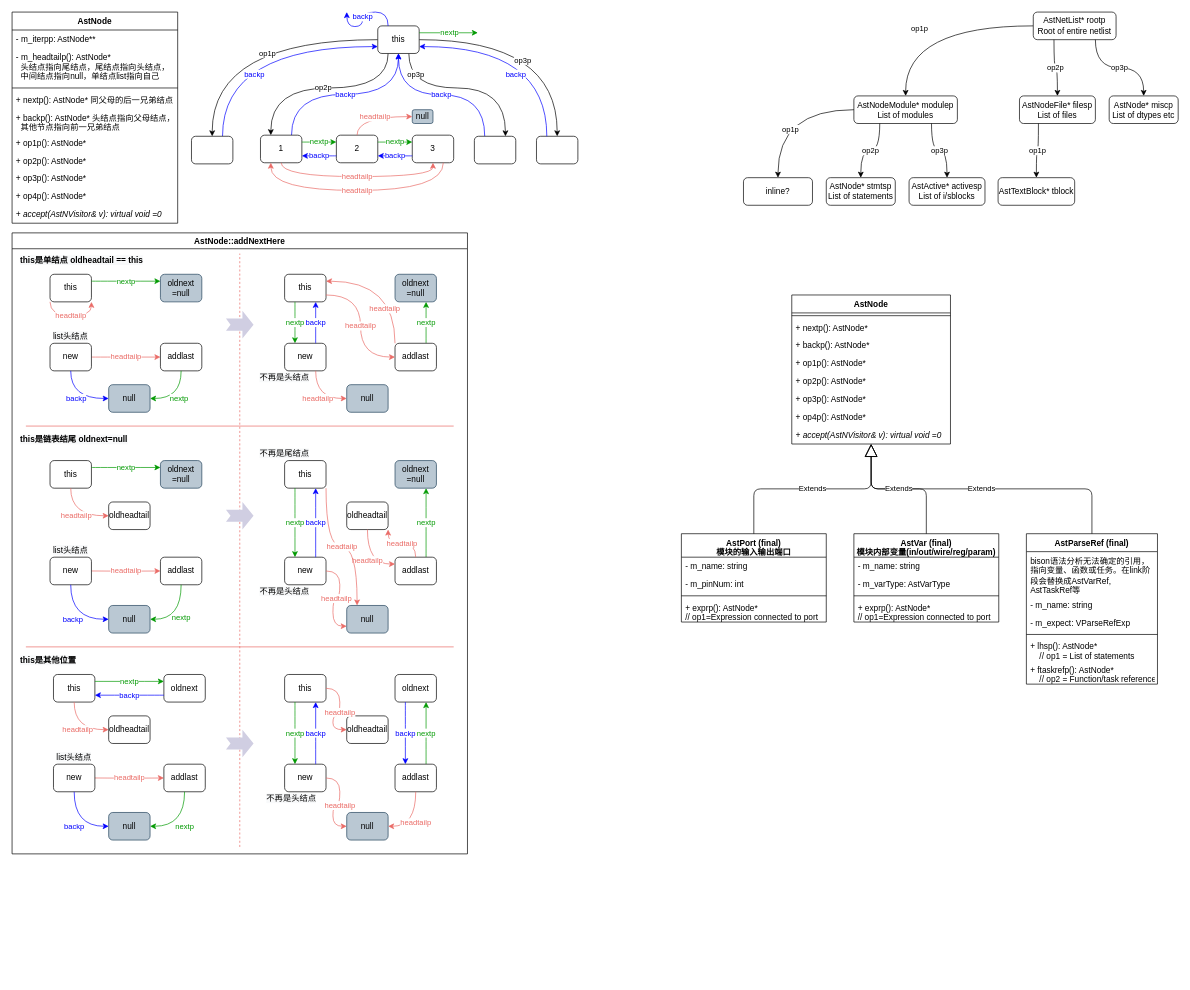
Above: verilator_digrams/V3AstNode.drawio in Dercury/CLDK (draw.io), before the change. Source tidied: cells renumbered, new cells numbered last; positions are measured from the earlier drawing's top-left corner, leaving out a move shared by most shapes. Both pictures are drawn from the tidied source at 69%, with x=0, y=0 at pixel (12, 12).
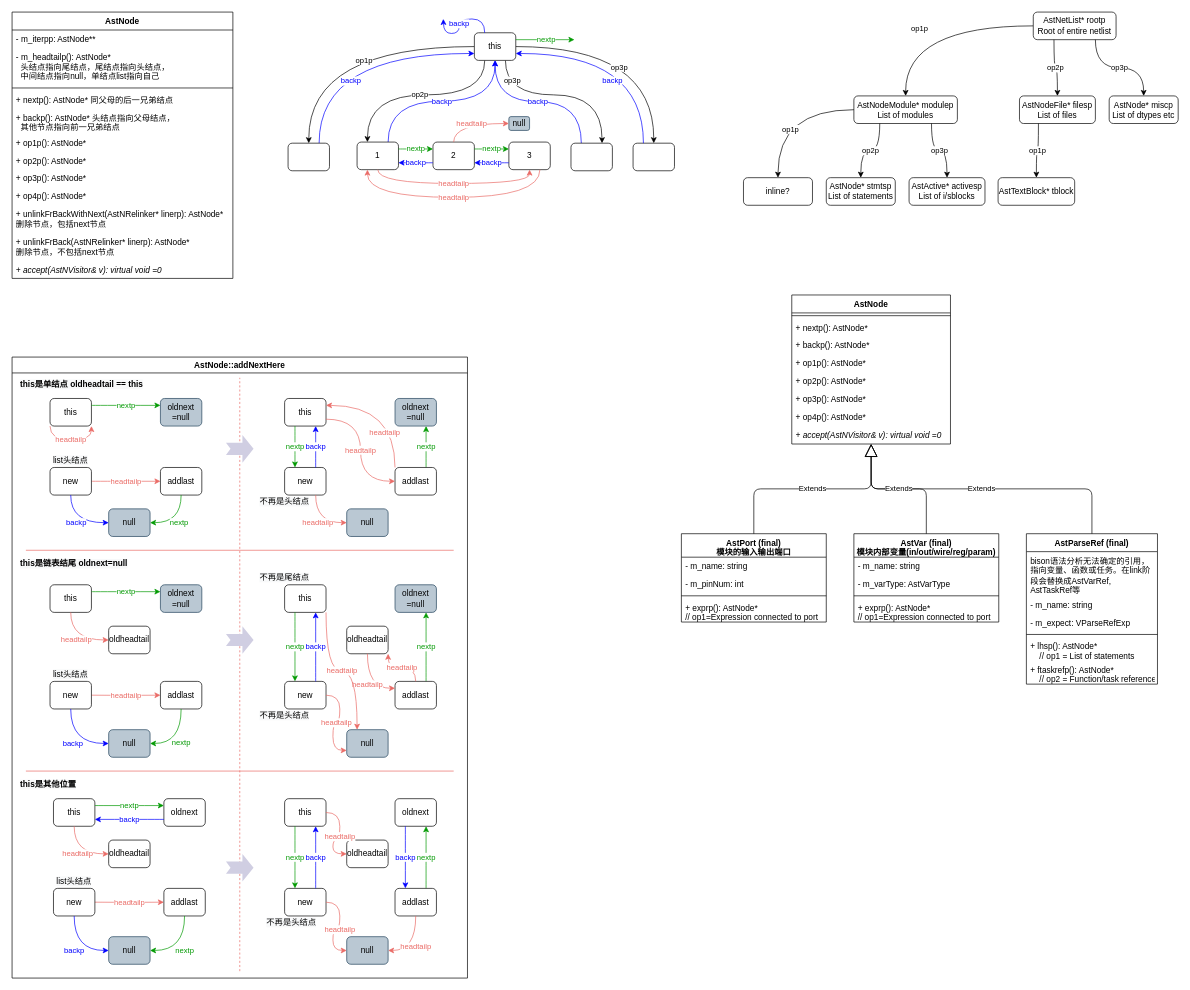
The same diagram, later.

What changed in the source:
```diff
@@
     <mxCell id="2" value="AstNode" style="swimlane;fontStyle=1;align=center;verticalAlign=top;horizontal=1;startSize=26;" parent="1" vertex="1">
-      <mxGeometry width="240" height="306" as="geometry" />
+      <mxGeometry width="320" height="386" as="geometry" />
     </mxCell>
     <mxCell id="3" value="- m_iterpp: AstNode**" style="text;strokeColor=none;fillColor=none;align=left;verticalAlign=top;spacingLeft=4;spacingRight=4;overflow=hidden;" parent="2" vertex="1">
-      <mxGeometry y="26" width="240" height="26" as="geometry" />
+      <mxGeometry y="26" width="320" height="26" as="geometry" />
     </mxCell>
     <mxCell id="4" value="- m_headtailp(): AstNode*&#10;  头结点指向尾结点，尾结点指向头结点，&#10;  中间结点指向null，单结点list指向自己" style="text;strokeColor=none;fillColor=none;align=left;verticalAlign=top;spacingLeft=4;spacingRight=4;overflow=hidden;" parent="2" vertex="1">
-      <mxGeometry y="52" width="240" height="54" as="geometry" />
+      <mxGeometry y="52" width="320" height="54" as="geometry" />
     </mxCell>
     <mxCell id="5" style="line;strokeWidth=1;fillColor=none;align=left;verticalAlign=middle;spacingTop=-1;spacingLeft=3;spacingRight=3;labelPosition=right;" parent="2" vertex="1">
-      <mxGeometry y="106" width="240" height="8" as="geometry" />
+      <mxGeometry y="106" width="320" height="8" as="geometry" />
     </mxCell>
     <mxCell id="6" value="+ nextp(): AstNode* 同父母的后一兄弟结点" style="text;strokeColor=none;fillColor=none;align=left;verticalAlign=top;spacingLeft=4;spacingRight=4;overflow=hidden;" parent="2" vertex="1">
-      <mxGeometry y="114" width="240" height="26" as="geometry" />
+      <mxGeometry y="114" width="320" height="26" as="geometry" />
     </mxCell>
     <mxCell id="7" value="+ backp(): AstNode* 头结点指向父母结点，&#10;  其他节点指向前一兄弟结点" style="text;strokeColor=none;fillColor=none;align=left;verticalAlign=top;spacingLeft=4;spacingRight=4;overflow=hidden;" parent="2" vertex="1">
-      <mxGeometry y="140" width="240" height="36" as="geometry" />
+      <mxGeometry y="140" width="320" height="36" as="geometry" />
     </mxCell>
     <mxCell id="8" value="+ op1p(): AstNode*" style="text;strokeColor=none;fillColor=none;align=left;verticalAlign=top;spacingLeft=4;spacingRight=4;overflow=hidden;" parent="2" vertex="1">
-      <mxGeometry y="176" width="240" height="26" as="geometry" />
+      <mxGeometry y="176" width="320" height="26" as="geometry" />
     </mxCell>
     <mxCell id="9" value="+ op2p(): AstNode*" style="text;strokeColor=none;fillColor=none;align=left;verticalAlign=top;spacingLeft=4;spacingRight=4;overflow=hidden;" parent="2" vertex="1">
-      <mxGeometry y="202" width="240" height="26" as="geometry" />
+      <mxGeometry y="202" width="320" height="26" as="geometry" />
     </mxCell>
     <mxCell id="10" value="+ op3p(): AstNode*" style="text;strokeColor=none;fillColor=none;align=left;verticalAlign=top;spacingLeft=4;spacingRight=4;overflow=hidden;" parent="2" vertex="1">
-      <mxGeometry y="228" width="240" height="26" as="geometry" />
+      <mxGeometry y="228" width="320" height="26" as="geometry" />
     </mxCell>
     <mxCell id="11" value="+ op4p(): AstNode*" style="text;strokeColor=none;fillColor=none;align=left;verticalAlign=top;spacingLeft=4;spacingRight=4;overflow=hidden;" parent="2" vertex="1">
-      <mxGeometry y="254" width="240" height="26" as="geometry" />
+      <mxGeometry y="254" width="320" height="26" as="geometry" />
     </mxCell>
+    <mxCell id="169" value="+ unlinkFrBackWithNext(AstNRelinker* linerp): AstNode*&#10;删除节点，包括next节点" style="text;strokeColor=none;fillColor=none;align=left;verticalAlign=top;spacingLeft=4;spacingRight=4;overflow=hidden;whiteSpace=wrap;" parent="2" vertex="1">
+      <mxGeometry y="280" width="320" height="40" as="geometry" />
+    </mxCell>
+    <mxCell id="170" value="+ unlinkFrBack(AstNRelinker* linerp): AstNode*&#10;删除节点，不包括next节点" style="text;strokeColor=none;fillColor=none;align=left;verticalAlign=top;spacingLeft=4;spacingRight=4;overflow=hidden;whiteSpace=wrap;" parent="2" vertex="1">
+      <mxGeometry y="320" width="320" height="40" as="geometry" />
+    </mxCell>
     <mxCell id="12" value="+ accept(AstNVisitor&amp; v): virtual void =0" style="text;strokeColor=none;fillColor=none;align=left;verticalAlign=top;spacingLeft=4;spacingRight=4;overflow=hidden;fontStyle=2;" parent="2" vertex="1">
-      <mxGeometry y="280" width="240" height="26" as="geometry" />
+      <mxGeometry y="360" width="320" height="26" as="geometry" />
     </mxCell>
     <mxCell id="13" value="op2p" style="edgeStyle=orthogonalEdgeStyle;rounded=0;jettySize=auto;html=1;exitX=0.25;exitY=1;exitDx=0;exitDy=0;entryX=0.25;entryY=0;entryDx=0;entryDy=0;curved=1;entryPerimeter=0;" parent="1" edge="1" source="17" target="21">
       <mxGeometry relative="1" as="geometry">
         <Array as="points">
-          <mxPoint x="545" y="110" />
-          <mxPoint x="375" y="110" />
+          <mxPoint x="685" y="120" />
+          <mxPoint x="515" y="120" />
         </Array>
       </mxGeometry>
     </mxCell>
     <mxCell id="14" value="op3p" style="edgeStyle=orthogonalEdgeStyle;rounded=0;jettySize=auto;html=1;exitX=0.75;exitY=1;exitDx=0;exitDy=0;entryX=0.75;entryY=0;entryDx=0;entryDy=0;curved=1;" parent="1" edge="1" source="17" target="23">
       <mxGeometry x="-0.77" y="10" relative="1" as="geometry">
         <Array as="points">
-          <mxPoint x="575" y="110" />
-          <mxPoint x="715" y="110" />
+          <mxPoint x="715" y="120" />
+          <mxPoint x="855" y="120" />
         </Array>
       </mxGeometry>
     </mxCell>
@@
     <mxCell id="17" value="this" style="rounded=1;whiteSpace=wrap;html=1;" parent="1" vertex="1">
-      <mxGeometry x="530" y="20" width="60" height="40" as="geometry" />
+      <mxGeometry x="670" y="30" width="60" height="40" as="geometry" />
     </mxCell>
@@
     <mxCell id="19" style="rounded=1;whiteSpace=wrap;html=1;" parent="1" vertex="1">
-      <mxGeometry x="260" y="180" width="60" height="40" as="geometry" />
+      <mxGeometry x="400" y="190" width="60" height="40" as="geometry" />
     </mxCell>
@@
     <mxCell id="21" value="1" style="rounded=1;whiteSpace=wrap;html=1;" parent="1" vertex="1">
-      <mxGeometry x="360" y="178.4" width="60" height="40" as="geometry" />
+      <mxGeometry x="500" y="188.4" width="60" height="40" as="geometry" />
     </mxCell>
@@
     <mxCell id="23" style="rounded=1;whiteSpace=wrap;html=1;" parent="1" vertex="1">
-      <mxGeometry x="670" y="180" width="60" height="40" as="geometry" />
+      <mxGeometry x="810" y="190" width="60" height="40" as="geometry" />
     </mxCell>
     <mxCell id="24" style="rounded=1;whiteSpace=wrap;html=1;" parent="1" vertex="1">
-      <mxGeometry x="760" y="180" width="60" height="40" as="geometry" />
+      <mxGeometry x="900" y="190" width="60" height="40" as="geometry" />
     </mxCell>
@@
     <mxCell id="26" value="backp" style="edgeStyle=orthogonalEdgeStyle;curved=1;rounded=0;jettySize=auto;html=1;exitX=0.25;exitY=0;exitDx=0;exitDy=0;strokeColor=#0000FF;fontColor=#0000FF;" parent="1" edge="1" source="17">
       <mxGeometry x="0.05" relative="1" as="geometry">
-        <mxPoint x="485" as="targetPoint" />
+        <mxPoint x="625" y="10" as="targetPoint" />
       </mxGeometry>
     </mxCell>
     <mxCell id="27" value="nextp" style="edgeStyle=orthogonalEdgeStyle;curved=1;rounded=0;jettySize=auto;html=1;exitX=1;exitY=0.25;exitDx=0;exitDy=0;strokeColor=#009900;fontColor=#009900;" parent="1" edge="1" source="17">
       <mxGeometry x="0.05" relative="1" as="geometry">
-        <mxPoint x="675" y="30" as="targetPoint" />
+        <mxPoint x="815" y="40" as="targetPoint" />
       </mxGeometry>
     </mxCell>
     <mxCell id="28" value="AstNode::addNextHere" style="swimlane;align=center;" parent="1" vertex="1">
-      <mxGeometry y="320" width="660" height="900" as="geometry" />
+      <mxGeometry y="500" width="660" height="900" as="geometry" />
     </mxCell>
@@
     <mxCell id="115" value="2" style="rounded=1;whiteSpace=wrap;html=1;" parent="1" vertex="1">
-      <mxGeometry x="470" y="178.4" width="60" height="40" as="geometry" />
+      <mxGeometry x="610" y="188.4" width="60" height="40" as="geometry" />
     </mxCell>
@@
     <mxCell id="117" value="3" style="rounded=1;whiteSpace=wrap;html=1;" parent="1" vertex="1">
-      <mxGeometry x="580" y="178.4" width="60" height="40" as="geometry" />
+      <mxGeometry x="720" y="188.4" width="60" height="40" as="geometry" />
     </mxCell>
@@
     <mxCell id="120" value="headtailp" style="edgeStyle=orthogonalEdgeStyle;curved=1;rounded=0;jettySize=auto;html=1;fontColor=#EA6B66;strokeColor=#EA6B66;exitX=0.75;exitY=1;exitDx=0;exitDy=0;entryX=0.25;entryY=1;entryDx=0;entryDy=0;" parent="1" edge="1" source="117" target="21">
       <mxGeometry relative="1" as="geometry">
         <Array as="points">
-          <mxPoint x="625" y="258.5" />
-          <mxPoint x="375" y="258.5" />
+          <mxPoint x="765" y="268.5" />
+          <mxPoint x="515" y="268.5" />
         </Array>
       </mxGeometry>
     </mxCell>
     <mxCell id="121" value="null" style="rounded=1;whiteSpace=wrap;html=1;fillColor=#bac8d3;strokeColor=#23445d;" parent="1" vertex="1">
-      <mxGeometry x="580" y="141.5" width="30" height="20" as="geometry" />
+      <mxGeometry x="720" y="151.5" width="30" height="20" as="geometry" />
     </mxCell>
```
